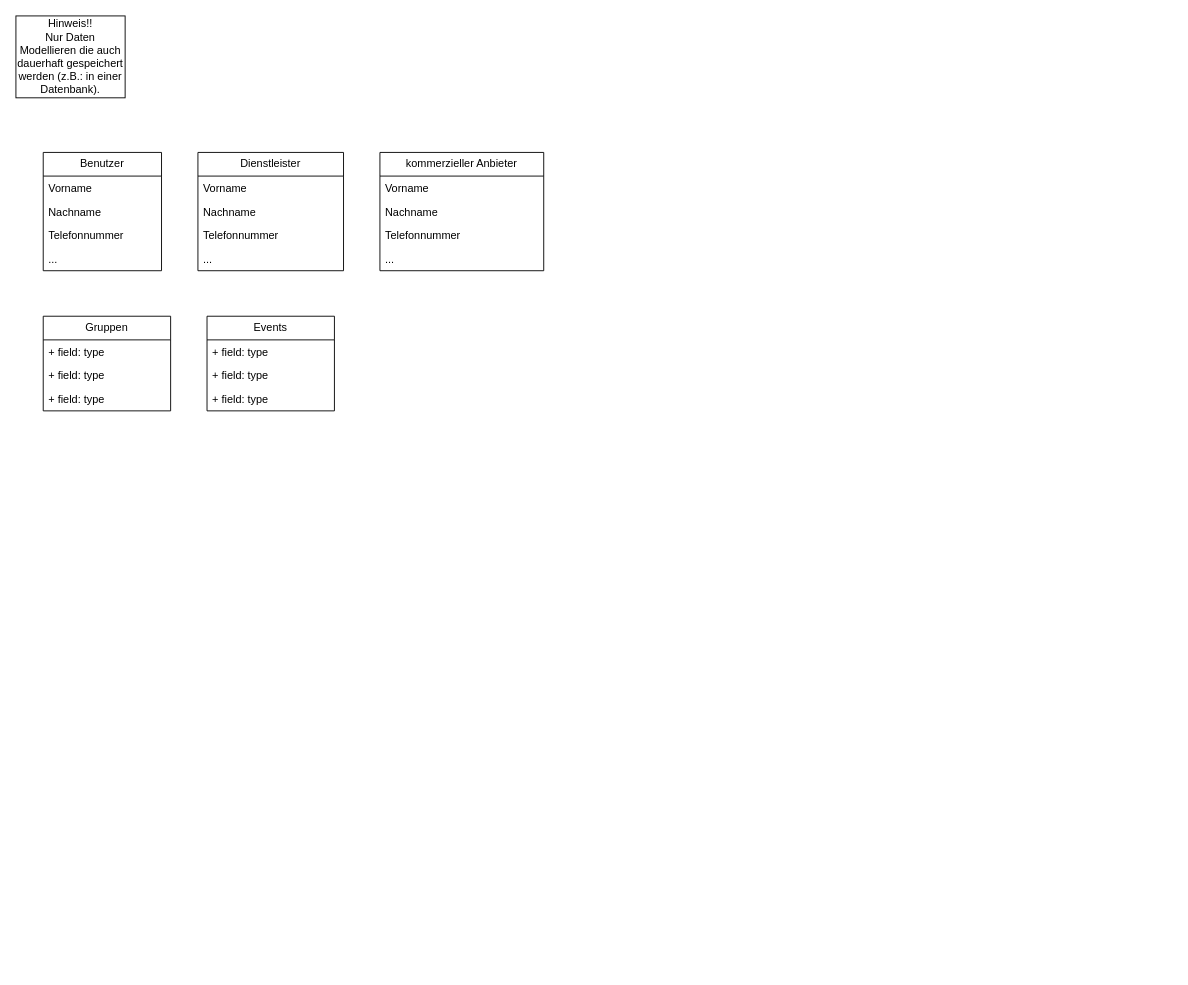
Earlier version of the draw.io diagram Datenmodelle/Evently_UML_Klassendiagramm.drawio (Malte-W-Schule/Software-Technick-2026-Sem03). Source tidied: cells renumbered, new cells numbered last; positions are measured from the earlier drawing's top-left corner, leaving out a move shared by most shapes. Both pictures are drawn from the tidied source at 91%, with x=0, y=0 at pixel (15, 15).
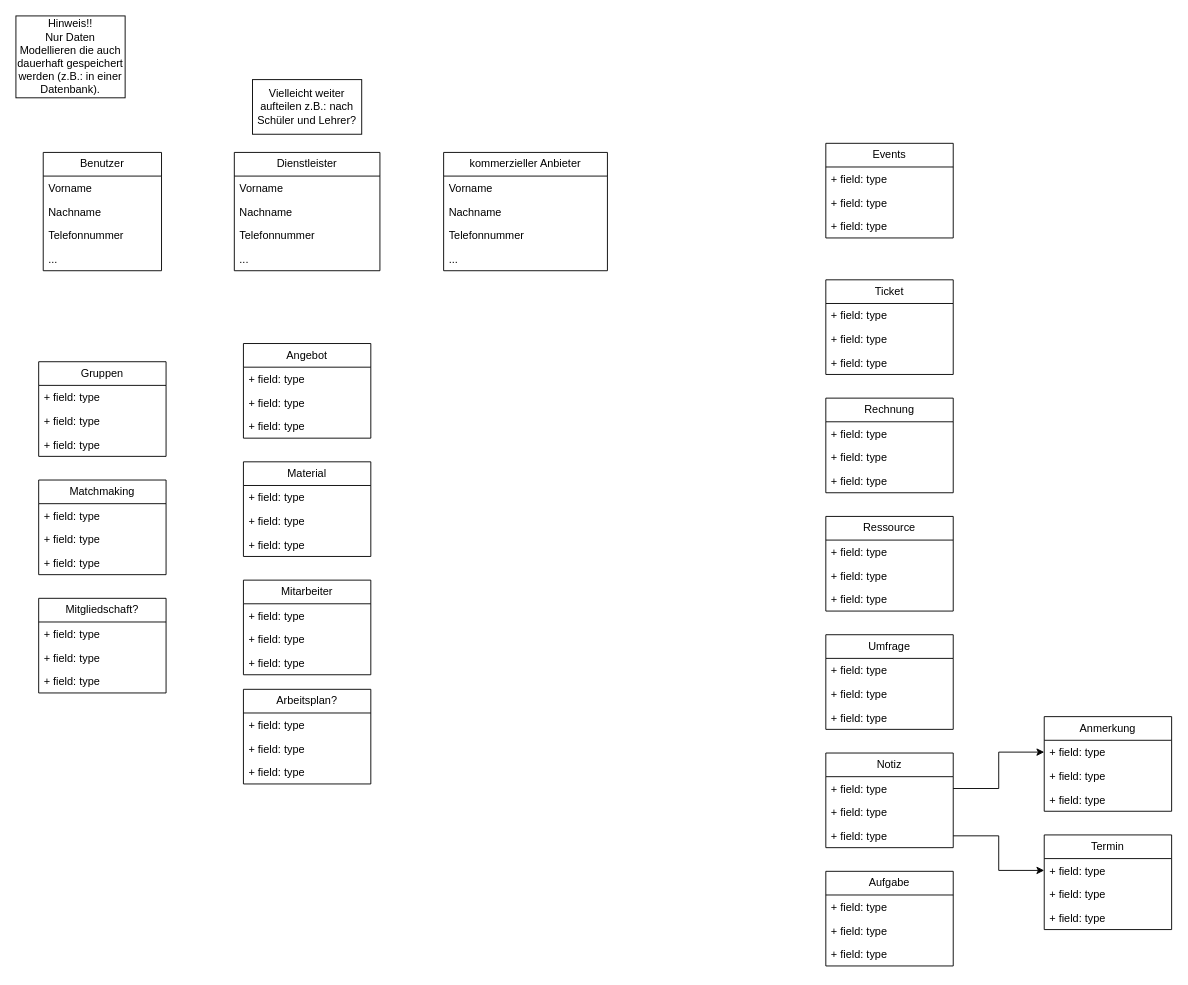
Above is the later version.

Change to the diagram source:
```diff
@@
     <mxCell id="8" value="kommerzieller Anbieter" style="swimlane;fontStyle=0;horizontal=1;startSize=26;fillColor=none;whiteSpace=wrap;html=1;" parent="1" vertex="1">
-      <mxGeometry x="400" y="150" width="180" height="130" as="geometry" />
+      <mxGeometry x="470" y="150" width="180" height="130" as="geometry" />
     </mxCell>
@@
     <mxCell id="13" value="Dienstleister" style="swimlane;fontStyle=0;horizontal=1;startSize=26;fillColor=none;whiteSpace=wrap;html=1;" parent="1" vertex="1">
-      <mxGeometry x="200" y="150" width="160" height="130" as="geometry" />
+      <mxGeometry x="240" y="150" width="160" height="130" as="geometry" />
     </mxCell>
@@
     <mxCell id="18" value="Gruppen" style="swimlane;fontStyle=0;horizontal=1;startSize=26;fillColor=none;whiteSpace=wrap;html=1;" parent="1" vertex="1">
-      <mxGeometry x="30" y="330" width="140" height="104" as="geometry" />
+      <mxGeometry x="25" y="380" width="140" height="104" as="geometry" />
     </mxCell>
@@
     <mxCell id="22" value="Events" style="swimlane;fontStyle=0;horizontal=1;startSize=26;fillColor=none;whiteSpace=wrap;html=1;" parent="1" vertex="1">
-      <mxGeometry x="210" y="330" width="140" height="104" as="geometry" />
+      <mxGeometry x="890" y="140" width="140" height="104" as="geometry" />
     </mxCell>
@@
+    <mxCell id="26" value="Ticket" style="swimlane;fontStyle=0;horizontal=1;startSize=26;fillColor=none;whiteSpace=wrap;html=1;" parent="1" vertex="1">
+      <mxGeometry x="890" y="290" width="140" height="104" as="geometry" />
+    </mxCell>
+    <mxCell id="27" value="+ field: type" style="text;strokeColor=none;fillColor=none;align=left;verticalAlign=top;spacingLeft=4;spacingRight=4;overflow=hidden;whiteSpace=wrap;html=1;" parent="26" vertex="1">
+      <mxGeometry y="26" width="140" height="26" as="geometry" />
+    </mxCell>
+    <mxCell id="28" value="+ field: type" style="text;strokeColor=none;fillColor=none;align=left;verticalAlign=top;spacingLeft=4;spacingRight=4;overflow=hidden;whiteSpace=wrap;html=1;" parent="26" vertex="1">
+      <mxGeometry y="52" width="140" height="26" as="geometry" />
+    </mxCell>
+    <mxCell id="29" value="+ field: type" style="text;strokeColor=none;fillColor=none;align=left;verticalAlign=top;spacingLeft=4;spacingRight=4;overflow=hidden;whiteSpace=wrap;html=1;" parent="26" vertex="1">
+      <mxGeometry y="78" width="140" height="26" as="geometry" />
+    </mxCell>
+    <mxCell id="30" value="Rechnung" style="swimlane;fontStyle=0;horizontal=1;startSize=26;fillColor=none;whiteSpace=wrap;html=1;" parent="1" vertex="1">
+      <mxGeometry x="890" y="420" width="140" height="104" as="geometry" />
+    </mxCell>
+    <mxCell id="31" value="+ field: type" style="text;strokeColor=none;fillColor=none;align=left;verticalAlign=top;spacingLeft=4;spacingRight=4;overflow=hidden;whiteSpace=wrap;html=1;" parent="30" vertex="1">
+      <mxGeometry y="26" width="140" height="26" as="geometry" />
+    </mxCell>
+    <mxCell id="32" value="+ field: type" style="text;strokeColor=none;fillColor=none;align=left;verticalAlign=top;spacingLeft=4;spacingRight=4;overflow=hidden;whiteSpace=wrap;html=1;" parent="30" vertex="1">
+      <mxGeometry y="52" width="140" height="26" as="geometry" />
+    </mxCell>
+    <mxCell id="33" value="+ field: type" style="text;strokeColor=none;fillColor=none;align=left;verticalAlign=top;spacingLeft=4;spacingRight=4;overflow=hidden;whiteSpace=wrap;html=1;" parent="30" vertex="1">
+      <mxGeometry y="78" width="140" height="26" as="geometry" />
+    </mxCell>
+    <mxCell id="34" value="Angebot" style="swimlane;fontStyle=0;horizontal=1;startSize=26;fillColor=none;whiteSpace=wrap;html=1;" parent="1" vertex="1">
+      <mxGeometry x="250" y="360" width="140" height="104" as="geometry" />
+    </mxCell>
+    <mxCell id="35" value="+ field: type" style="text;strokeColor=none;fillColor=none;align=left;verticalAlign=top;spacingLeft=4;spacingRight=4;overflow=hidden;whiteSpace=wrap;html=1;" parent="34" vertex="1">
+      <mxGeometry y="26" width="140" height="26" as="geometry" />
+    </mxCell>
+    <mxCell id="36" value="+ field: type" style="text;strokeColor=none;fillColor=none;align=left;verticalAlign=top;spacingLeft=4;spacingRight=4;overflow=hidden;whiteSpace=wrap;html=1;" parent="34" vertex="1">
+      <mxGeometry y="52" width="140" height="26" as="geometry" />
+    </mxCell>
+    <mxCell id="37" value="+ field: type" style="text;strokeColor=none;fillColor=none;align=left;verticalAlign=top;spacingLeft=4;spacingRight=4;overflow=hidden;whiteSpace=wrap;html=1;" parent="34" vertex="1">
+      <mxGeometry y="78" width="140" height="26" as="geometry" />
+    </mxCell>
+    <mxCell id="38" value="Material" style="swimlane;fontStyle=0;horizontal=1;startSize=26;fillColor=none;whiteSpace=wrap;html=1;" parent="1" vertex="1">
+      <mxGeometry x="250" y="490" width="140" height="104" as="geometry" />
+    </mxCell>
+    <mxCell id="39" value="+ field: type" style="text;strokeColor=none;fillColor=none;align=left;verticalAlign=top;spacingLeft=4;spacingRight=4;overflow=hidden;whiteSpace=wrap;html=1;" parent="38" vertex="1">
+      <mxGeometry y="26" width="140" height="26" as="geometry" />
+    </mxCell>
+    <mxCell id="40" value="+ field: type" style="text;strokeColor=none;fillColor=none;align=left;verticalAlign=top;spacingLeft=4;spacingRight=4;overflow=hidden;whiteSpace=wrap;html=1;" parent="38" vertex="1">
+      <mxGeometry y="52" width="140" height="26" as="geometry" />
+    </mxCell>
+    <mxCell id="41" value="+ field: type" style="text;strokeColor=none;fillColor=none;align=left;verticalAlign=top;spacingLeft=4;spacingRight=4;overflow=hidden;whiteSpace=wrap;html=1;" parent="38" vertex="1">
+      <mxGeometry y="78" width="140" height="26" as="geometry" />
+    </mxCell>
+    <mxCell id="42" value="Ressource" style="swimlane;fontStyle=0;horizontal=1;startSize=26;fillColor=none;whiteSpace=wrap;html=1;" parent="1" vertex="1">
+      <mxGeometry x="890" y="550" width="140" height="104" as="geometry" />
+    </mxCell>
+    <mxCell id="43" value="+ field: type" style="text;strokeColor=none;fillColor=none;align=left;verticalAlign=top;spacingLeft=4;spacingRight=4;overflow=hidden;whiteSpace=wrap;html=1;" parent="42" vertex="1">
+      <mxGeometry y="26" width="140" height="26" as="geometry" />
+    </mxCell>
+    <mxCell id="44" value="+ field: type" style="text;strokeColor=none;fillColor=none;align=left;verticalAlign=top;spacingLeft=4;spacingRight=4;overflow=hidden;whiteSpace=wrap;html=1;" parent="42" vertex="1">
+      <mxGeometry y="52" width="140" height="26" as="geometry" />
+    </mxCell>
+    <mxCell id="45" value="+ field: type" style="text;strokeColor=none;fillColor=none;align=left;verticalAlign=top;spacingLeft=4;spacingRight=4;overflow=hidden;whiteSpace=wrap;html=1;" parent="42" vertex="1">
+      <mxGeometry y="78" width="140" height="26" as="geometry" />
+    </mxCell>
+    <mxCell id="46" value="Mitarbeiter" style="swimlane;fontStyle=0;horizontal=1;startSize=26;fillColor=none;whiteSpace=wrap;html=1;" parent="1" vertex="1">
+      <mxGeometry x="250" y="620" width="140" height="104" as="geometry" />
+    </mxCell>
+    <mxCell id="47" value="+ field: type" style="text;strokeColor=none;fillColor=none;align=left;verticalAlign=top;spacingLeft=4;spacingRight=4;overflow=hidden;whiteSpace=wrap;html=1;" parent="46" vertex="1">
+      <mxGeometry y="26" width="140" height="26" as="geometry" />
+    </mxCell>
+    <mxCell id="48" value="+ field: type" style="text;strokeColor=none;fillColor=none;align=left;verticalAlign=top;spacingLeft=4;spacingRight=4;overflow=hidden;whiteSpace=wrap;html=1;" parent="46" vertex="1">
+      <mxGeometry y="52" width="140" height="26" as="geometry" />
+    </mxCell>
+    <mxCell id="49" value="+ field: type" style="text;strokeColor=none;fillColor=none;align=left;verticalAlign=top;spacingLeft=4;spacingRight=4;overflow=hidden;whiteSpace=wrap;html=1;" parent="46" vertex="1">
+      <mxGeometry y="78" width="140" height="26" as="geometry" />
+    </mxCell>
+    <mxCell id="50" value="Arbeitsplan?" style="swimlane;fontStyle=0;horizontal=1;startSize=26;fillColor=none;whiteSpace=wrap;html=1;" parent="1" vertex="1">
+      <mxGeometry x="250" y="740" width="140" height="104" as="geometry" />
+    </mxCell>
+    <mxCell id="51" value="+ field: type" style="text;strokeColor=none;fillColor=none;align=left;verticalAlign=top;spacingLeft=4;spacingRight=4;overflow=hidden;whiteSpace=wrap;html=1;" parent="50" vertex="1">
+      <mxGeometry y="26" width="140" height="26" as="geometry" />
+    </mxCell>
+    <mxCell id="52" value="+ field: type" style="text;strokeColor=none;fillColor=none;align=left;verticalAlign=top;spacingLeft=4;spacingRight=4;overflow=hidden;whiteSpace=wrap;html=1;" parent="50" vertex="1">
+      <mxGeometry y="52" width="140" height="26" as="geometry" />
+    </mxCell>
+    <mxCell id="53" value="+ field: type" style="text;strokeColor=none;fillColor=none;align=left;verticalAlign=top;spacingLeft=4;spacingRight=4;overflow=hidden;whiteSpace=wrap;html=1;" parent="50" vertex="1">
+      <mxGeometry y="78" width="140" height="26" as="geometry" />
+    </mxCell>
+    <mxCell id="54" value="Matchmaking" style="swimlane;fontStyle=0;horizontal=1;startSize=26;fillColor=none;whiteSpace=wrap;html=1;" parent="1" vertex="1">
+      <mxGeometry x="25" y="510" width="140" height="104" as="geometry" />
+    </mxCell>
+    <mxCell id="55" value="+ field: type" style="text;strokeColor=none;fillColor=none;align=left;verticalAlign=top;spacingLeft=4;spacingRight=4;overflow=hidden;whiteSpace=wrap;html=1;" parent="54" vertex="1">
+      <mxGeometry y="26" width="140" height="26" as="geometry" />
+    </mxCell>
+    <mxCell id="56" value="+ field: type" style="text;strokeColor=none;fillColor=none;align=left;verticalAlign=top;spacingLeft=4;spacingRight=4;overflow=hidden;whiteSpace=wrap;html=1;" parent="54" vertex="1">
+      <mxGeometry y="52" width="140" height="26" as="geometry" />
+    </mxCell>
+    <mxCell id="57" value="+ field: type" style="text;strokeColor=none;fillColor=none;align=left;verticalAlign=top;spacingLeft=4;spacingRight=4;overflow=hidden;whiteSpace=wrap;html=1;" parent="54" vertex="1">
+      <mxGeometry y="78" width="140" height="26" as="geometry" />
+    </mxCell>
+    <mxCell id="58" value="Umfrage" style="swimlane;fontStyle=0;horizontal=1;startSize=26;fillColor=none;whiteSpace=wrap;html=1;" parent="1" vertex="1">
+      <mxGeometry x="890" y="680" width="140" height="104" as="geometry" />
+    </mxCell>
+    <mxCell id="59" value="+ field: type" style="text;strokeColor=none;fillColor=none;align=left;verticalAlign=top;spacingLeft=4;spacingRight=4;overflow=hidden;whiteSpace=wrap;html=1;" parent="58" vertex="1">
+      <mxGeometry y="26" width="140" height="26" as="geometry" />
+    </mxCell>
+    <mxCell id="60" value="+ field: type" style="text;strokeColor=none;fillColor=none;align=left;verticalAlign=top;spacingLeft=4;spacingRight=4;overflow=hidden;whiteSpace=wrap;html=1;" parent="58" vertex="1">
+      <mxGeometry y="52" width="140" height="26" as="geometry" />
+    </mxCell>
+    <mxCell id="61" value="+ field: type" style="text;strokeColor=none;fillColor=none;align=left;verticalAlign=top;spacingLeft=4;spacingRight=4;overflow=hidden;whiteSpace=wrap;html=1;" parent="58" vertex="1">
+      <mxGeometry y="78" width="140" height="26" as="geometry" />
+    </mxCell>
+    <mxCell id="62" value="Mitgliedschaft?" style="swimlane;fontStyle=0;horizontal=1;startSize=26;fillColor=none;whiteSpace=wrap;html=1;" parent="1" vertex="1">
+      <mxGeometry x="25" y="640" width="140" height="104" as="geometry" />
+    </mxCell>
+    <mxCell id="63" value="+ field: type" style="text;strokeColor=none;fillColor=none;align=left;verticalAlign=top;spacingLeft=4;spacingRight=4;overflow=hidden;whiteSpace=wrap;html=1;" parent="62" vertex="1">
+      <mxGeometry y="26" width="140" height="26" as="geometry" />
+    </mxCell>
+    <mxCell id="64" value="+ field: type" style="text;strokeColor=none;fillColor=none;align=left;verticalAlign=top;spacingLeft=4;spacingRight=4;overflow=hidden;whiteSpace=wrap;html=1;" parent="62" vertex="1">
+      <mxGeometry y="52" width="140" height="26" as="geometry" />
+    </mxCell>
+    <mxCell id="65" value="+ field: type" style="text;strokeColor=none;fillColor=none;align=left;verticalAlign=top;spacingLeft=4;spacingRight=4;overflow=hidden;whiteSpace=wrap;html=1;" parent="62" vertex="1">
+      <mxGeometry y="78" width="140" height="26" as="geometry" />
+    </mxCell>
+    <mxCell id="66" value="Notiz" style="swimlane;fontStyle=0;horizontal=1;startSize=26;fillColor=none;whiteSpace=wrap;html=1;" parent="1" vertex="1">
+      <mxGeometry x="890" y="810" width="140" height="104" as="geometry" />
+    </mxCell>
+    <mxCell id="67" value="+ field: type" style="text;strokeColor=none;fillColor=none;align=left;verticalAlign=top;spacingLeft=4;spacingRight=4;overflow=hidden;points=[[0,0.5],[1,0.5]];portConstraint=eastwest;whiteSpace=wrap;html=1;" parent="66" vertex="1">
+      <mxGeometry y="26" width="140" height="26" as="geometry" />
+    </mxCell>
+    <mxCell id="68" value="+ field: type" style="text;strokeColor=none;fillColor=none;align=left;verticalAlign=top;spacingLeft=4;spacingRight=4;overflow=hidden;whiteSpace=wrap;html=1;" parent="66" vertex="1">
+      <mxGeometry y="52" width="140" height="26" as="geometry" />
+    </mxCell>
+    <mxCell id="69" value="+ field: type" style="text;strokeColor=none;fillColor=none;align=left;verticalAlign=top;spacingLeft=4;spacingRight=4;overflow=hidden;points=[[0,0.5],[1,0.5]];portConstraint=eastwest;whiteSpace=wrap;html=1;" parent="66" vertex="1">
+      <mxGeometry y="78" width="140" height="26" as="geometry" />
+    </mxCell>
+    <mxCell id="70" value="Anmerkung" style="swimlane;fontStyle=0;horizontal=1;startSize=26;fillColor=none;whiteSpace=wrap;html=1;" parent="1" vertex="1">
+      <mxGeometry x="1130" y="770" width="140" height="104" as="geometry" />
+    </mxCell>
+    <mxCell id="71" value="+ field: type" style="text;strokeColor=none;fillColor=none;align=left;verticalAlign=top;spacingLeft=4;spacingRight=4;overflow=hidden;points=[[0,0.5],[1,0.5]];portConstraint=eastwest;whiteSpace=wrap;html=1;" parent="70" vertex="1">
+      <mxGeometry y="26" width="140" height="26" as="geometry" />
+    </mxCell>
+    <mxCell id="72" value="+ field: type" style="text;strokeColor=none;fillColor=none;align=left;verticalAlign=top;spacingLeft=4;spacingRight=4;overflow=hidden;whiteSpace=wrap;html=1;" parent="70" vertex="1">
+      <mxGeometry y="52" width="140" height="26" as="geometry" />
+    </mxCell>
+    <mxCell id="73" value="+ field: type" style="text;strokeColor=none;fillColor=none;align=left;verticalAlign=top;spacingLeft=4;spacingRight=4;overflow=hidden;whiteSpace=wrap;html=1;" parent="70" vertex="1">
+      <mxGeometry y="78" width="140" height="26" as="geometry" />
+    </mxCell>
+    <mxCell id="74" value="Termin" style="swimlane;fontStyle=0;horizontal=1;startSize=26;fillColor=none;whiteSpace=wrap;html=1;" parent="1" vertex="1">
+      <mxGeometry x="1130" y="900" width="140" height="104" as="geometry" />
+    </mxCell>
+    <mxCell id="75" value="+ field: type" style="text;strokeColor=none;fillColor=none;align=left;verticalAlign=top;spacingLeft=4;spacingRight=4;overflow=hidden;points=[[0,0.5],[1,0.5]];portConstraint=eastwest;whiteSpace=wrap;html=1;" parent="74" vertex="1">
+      <mxGeometry y="26" width="140" height="26" as="geometry" />
+    </mxCell>
+    <mxCell id="76" value="+ field: type" style="text;strokeColor=none;fillColor=none;align=left;verticalAlign=top;spacingLeft=4;spacingRight=4;overflow=hidden;whiteSpace=wrap;html=1;" parent="74" vertex="1">
+      <mxGeometry y="52" width="140" height="26" as="geometry" />
+    </mxCell>
+    <mxCell id="77" value="+ field: type" style="text;strokeColor=none;fillColor=none;align=left;verticalAlign=top;spacingLeft=4;spacingRight=4;overflow=hidden;whiteSpace=wrap;html=1;" parent="74" vertex="1">
+      <mxGeometry y="78" width="140" height="26" as="geometry" />
+    </mxCell>
+    <mxCell id="78" value="Aufgabe" style="swimlane;fontStyle=0;horizontal=1;startSize=26;fillColor=none;whiteSpace=wrap;html=1;" parent="1" vertex="1">
+      <mxGeometry x="890" y="940" width="140" height="104" as="geometry" />
+    </mxCell>
+    <mxCell id="79" value="+ field: type" style="text;strokeColor=none;fillColor=none;align=left;verticalAlign=top;spacingLeft=4;spacingRight=4;overflow=hidden;whiteSpace=wrap;html=1;" parent="78" vertex="1">
+      <mxGeometry y="26" width="140" height="26" as="geometry" />
+    </mxCell>
+    <mxCell id="80" value="+ field: type" style="text;strokeColor=none;fillColor=none;align=left;verticalAlign=top;spacingLeft=4;spacingRight=4;overflow=hidden;whiteSpace=wrap;html=1;" parent="78" vertex="1">
+      <mxGeometry y="52" width="140" height="26" as="geometry" />
+    </mxCell>
+    <mxCell id="81" value="+ field: type" style="text;strokeColor=none;fillColor=none;align=left;verticalAlign=top;spacingLeft=4;spacingRight=4;overflow=hidden;whiteSpace=wrap;html=1;" parent="78" vertex="1">
+      <mxGeometry y="78" width="140" height="26" as="geometry" />
+    </mxCell>
+    <mxCell id="82" style="edgeStyle=orthogonalEdgeStyle;rounded=0;jettySize=auto;html=1;exitX=1;exitY=0.5;exitDx=0;exitDy=0;entryX=0;entryY=0.5;entryDx=0;entryDy=0;" parent="1" edge="1" source="67" target="71">
+      <mxGeometry relative="1" as="geometry" />
+    </mxCell>
+    <mxCell id="83" style="edgeStyle=orthogonalEdgeStyle;rounded=0;jettySize=auto;html=1;exitX=1;exitY=0.5;exitDx=0;exitDy=0;entryX=0;entryY=0.5;entryDx=0;entryDy=0;" parent="1" edge="1" source="69" target="75">
+      <mxGeometry relative="1" as="geometry" />
+    </mxCell>
+    <mxCell id="84" value="Vielleicht weiter aufteilen z.B.: nach Schüler und Lehrer?" style="rounded=0;whiteSpace=wrap;html=1;" parent="1" vertex="1">
+      <mxGeometry x="260" y="70" width="120" height="60" as="geometry" />
+    </mxCell>
```
